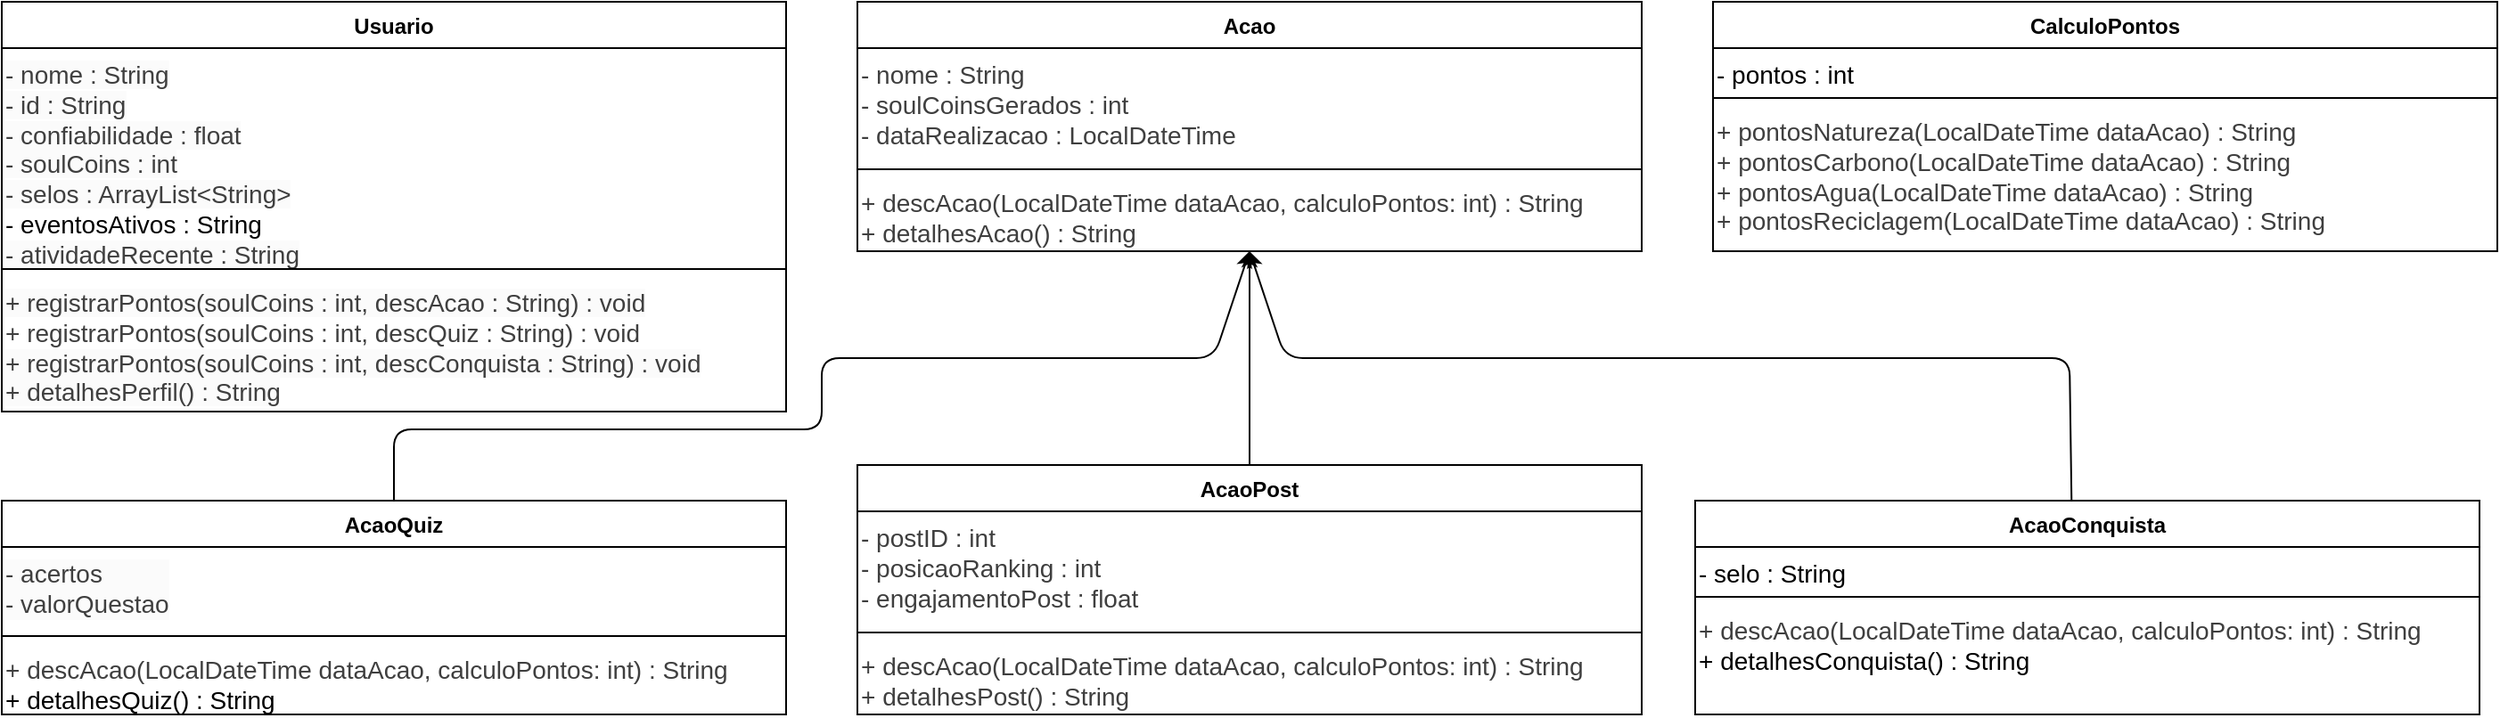
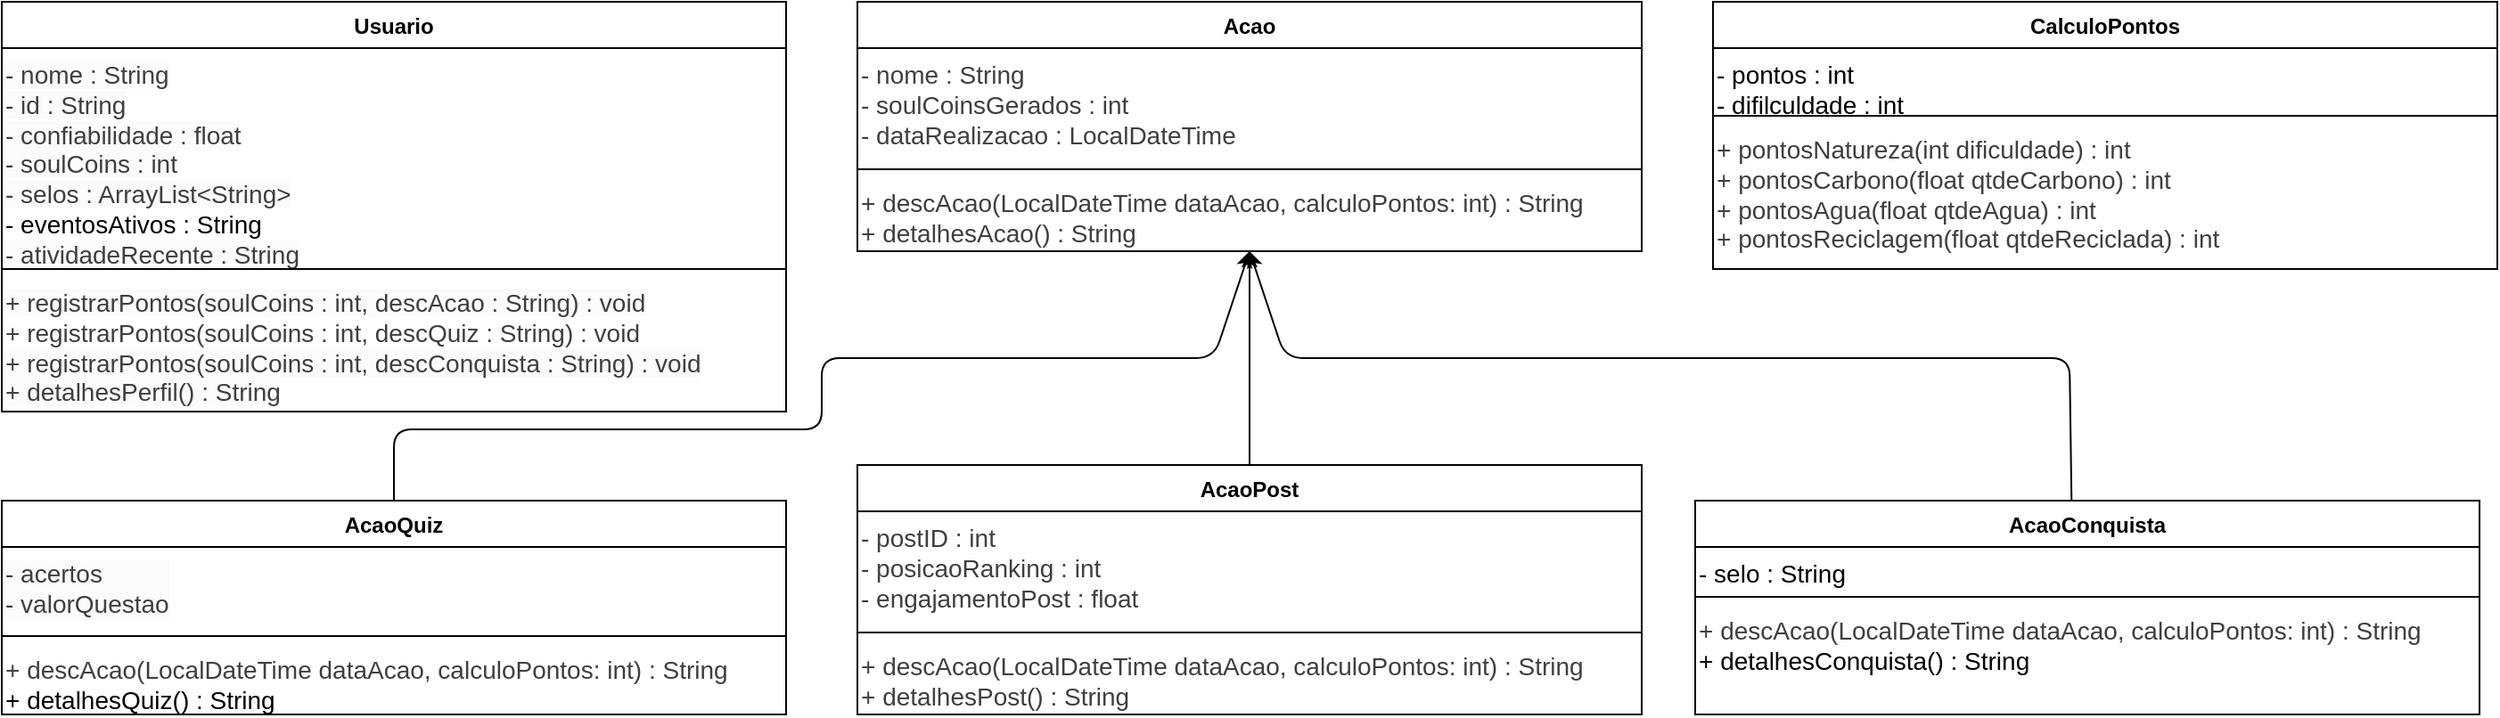
<mxfile host="65bd71144e">
    <diagram name="Diagrama SoulUp" id="soulup-uml">
-         <mxGraphModel dx="549" dy="593" grid="1" gridSize="10" guides="1" tooltips="1" connect="1" arrows="1" fold="1" page="1" pageScale="1" pageWidth="1475" pageHeight="827" math="0" shadow="0">
+         <mxGraphModel dx="686" dy="741" grid="1" gridSize="10" guides="1" tooltips="1" connect="1" arrows="1" fold="1" page="1" pageScale="1" pageWidth="1475" pageHeight="827" math="0" shadow="0">
            <root>
                <mxCell id="0"/>
                <mxCell id="1" parent="0"/>
                <mxCell id="7" value="Usuario" style="swimlane;fontStyle=1;align=center;verticalAlign=top;childLayout=stackLayout;horizontal=1;startSize=26;horizontalStack=0;resizeParent=1;resizeParentMax=0;resizeLast=0;collapsible=1;marginBottom=0;whiteSpace=wrap;html=1;" parent="1" vertex="1">
                    <mxGeometry x="40" y="40" width="440" height="230" as="geometry">
                        <mxRectangle x="710" y="370" width="80" height="30" as="alternateBounds"/>
                    </mxGeometry>
                </mxCell>
                <mxCell id="12" value="&lt;span style=&quot;color: rgb(63, 63, 63); font-family: Helvetica; font-size: 14px; font-style: normal; font-variant-ligatures: normal; font-variant-caps: normal; font-weight: 400; letter-spacing: normal; orphans: 2; text-align: -webkit-left; text-indent: 0px; text-transform: none; widows: 2; word-spacing: 0px; -webkit-text-stroke-width: 0px; white-space: normal; background-color: rgb(251, 251, 251); text-decoration-thickness: initial; text-decoration-style: initial; text-decoration-color: initial; float: none; display: inline !important;&quot;&gt;- nome : String&lt;/span&gt;&lt;br style=&quot;forced-color-adjust: none; color: rgb(63, 63, 63); scrollbar-color: rgb(226, 226, 226) rgb(251, 251, 251); font-family: Helvetica; font-size: 14px; font-style: normal; font-variant-ligatures: normal; font-variant-caps: normal; font-weight: 400; letter-spacing: normal; orphans: 2; text-align: -webkit-left; text-indent: 0px; text-transform: none; widows: 2; word-spacing: 0px; -webkit-text-stroke-width: 0px; white-space: normal; background-color: rgb(251, 251, 251); text-decoration-thickness: initial; text-decoration-style: initial; text-decoration-color: initial;&quot;&gt;&lt;span style=&quot;color: rgb(63, 63, 63); font-family: Helvetica; font-size: 14px; font-style: normal; font-variant-ligatures: normal; font-variant-caps: normal; font-weight: 400; letter-spacing: normal; orphans: 2; text-align: -webkit-left; text-indent: 0px; text-transform: none; widows: 2; word-spacing: 0px; -webkit-text-stroke-width: 0px; white-space: normal; background-color: rgb(251, 251, 251); text-decoration-thickness: initial; text-decoration-style: initial; text-decoration-color: initial; float: none; display: inline !important;&quot;&gt;- id : String&lt;/span&gt;&lt;br style=&quot;forced-color-adjust: none; color: rgb(63, 63, 63); scrollbar-color: rgb(226, 226, 226) rgb(251, 251, 251); font-family: Helvetica; font-size: 14px; font-style: normal; font-variant-ligatures: normal; font-variant-caps: normal; font-weight: 400; letter-spacing: normal; orphans: 2; text-align: -webkit-left; text-indent: 0px; text-transform: none; widows: 2; word-spacing: 0px; -webkit-text-stroke-width: 0px; white-space: normal; background-color: rgb(251, 251, 251); text-decoration-thickness: initial; text-decoration-style: initial; text-decoration-color: initial;&quot;&gt;&lt;span style=&quot;color: rgb(63, 63, 63); font-family: Helvetica; font-size: 14px; font-style: normal; font-variant-ligatures: normal; font-variant-caps: normal; font-weight: 400; letter-spacing: normal; orphans: 2; text-align: -webkit-left; text-indent: 0px; text-transform: none; widows: 2; word-spacing: 0px; -webkit-text-stroke-width: 0px; white-space: normal; background-color: rgb(251, 251, 251); text-decoration-thickness: initial; text-decoration-style: initial; text-decoration-color: initial; float: none; display: inline !important;&quot;&gt;- confiabilidade : float&lt;/span&gt;&lt;br style=&quot;forced-color-adjust: none; color: rgb(63, 63, 63); scrollbar-color: rgb(226, 226, 226) rgb(251, 251, 251); font-family: Helvetica; font-size: 14px; font-style: normal; font-variant-ligatures: normal; font-variant-caps: normal; font-weight: 400; letter-spacing: normal; orphans: 2; text-align: -webkit-left; text-indent: 0px; text-transform: none; widows: 2; word-spacing: 0px; -webkit-text-stroke-width: 0px; white-space: normal; background-color: rgb(251, 251, 251); text-decoration-thickness: initial; text-decoration-style: initial; text-decoration-color: initial;&quot;&gt;&lt;span style=&quot;color: rgb(63, 63, 63); font-family: Helvetica; font-size: 14px; font-style: normal; font-variant-ligatures: normal; font-variant-caps: normal; font-weight: 400; letter-spacing: normal; orphans: 2; text-align: -webkit-left; text-indent: 0px; text-transform: none; widows: 2; word-spacing: 0px; -webkit-text-stroke-width: 0px; white-space: normal; background-color: rgb(251, 251, 251); text-decoration-thickness: initial; text-decoration-style: initial; text-decoration-color: initial; float: none; display: inline !important;&quot;&gt;- soulCoins : int&lt;/span&gt;&lt;br style=&quot;forced-color-adjust: none; color: rgb(63, 63, 63); scrollbar-color: rgb(226, 226, 226) rgb(251, 251, 251); font-family: Helvetica; font-size: 14px; font-style: normal; font-variant-ligatures: normal; font-variant-caps: normal; font-weight: 400; letter-spacing: normal; orphans: 2; text-align: -webkit-left; text-indent: 0px; text-transform: none; widows: 2; word-spacing: 0px; -webkit-text-stroke-width: 0px; white-space: normal; background-color: rgb(251, 251, 251); text-decoration-thickness: initial; text-decoration-style: initial; text-decoration-color: initial;&quot;&gt;&lt;span style=&quot;color: rgb(63, 63, 63); font-family: Helvetica; font-size: 14px; font-style: normal; font-variant-ligatures: normal; font-variant-caps: normal; font-weight: 400; letter-spacing: normal; orphans: 2; text-align: -webkit-left; text-indent: 0px; text-transform: none; widows: 2; word-spacing: 0px; -webkit-text-stroke-width: 0px; white-space: normal; background-color: rgb(251, 251, 251); text-decoration-thickness: initial; text-decoration-style: initial; text-decoration-color: initial; float: none; display: inline !important;&quot;&gt;- selos : ArrayList&amp;lt;String&amp;gt;&lt;/span&gt;&lt;div&gt;&lt;span style=&quot;font-size: 14px;&quot;&gt;- eventosAtivos : String&lt;br&gt;&lt;/span&gt;&lt;div&gt;&lt;span style=&quot;color: rgb(63, 63, 63); font-family: Helvetica; font-size: 14px; font-style: normal; font-variant-ligatures: normal; font-variant-caps: normal; font-weight: 400; letter-spacing: normal; orphans: 2; text-align: -webkit-left; text-indent: 0px; text-transform: none; widows: 2; word-spacing: 0px; -webkit-text-stroke-width: 0px; white-space: normal; background-color: rgb(251, 251, 251); text-decoration-thickness: initial; text-decoration-style: initial; text-decoration-color: initial; float: none; display: inline !important;&quot;&gt;- atividadeRecente : String&lt;/span&gt;&lt;br class=&quot;Apple-interchange-newline&quot;&gt;&lt;/div&gt;&lt;/div&gt;" style="text;whiteSpace=wrap;html=1;" parent="7" vertex="1">
                    <mxGeometry y="26" width="440" height="120" as="geometry"/>
                </mxCell>
                <mxCell id="9" value="" style="line;strokeWidth=1;fillColor=none;align=left;verticalAlign=middle;spacingTop=-1;spacingLeft=3;spacingRight=3;rotatable=0;labelPosition=right;points=[];portConstraint=eastwest;strokeColor=inherit;" parent="7" vertex="1">
                    <mxGeometry y="146" width="440" height="8" as="geometry"/>
                </mxCell>
                <mxCell id="13" value="&lt;span style=&quot;color: rgb(63, 63, 63); font-family: Helvetica; font-size: 14px; font-style: normal; font-variant-ligatures: normal; font-variant-caps: normal; font-weight: 400; letter-spacing: normal; orphans: 2; text-align: -webkit-left; text-indent: 0px; text-transform: none; widows: 2; word-spacing: 0px; -webkit-text-stroke-width: 0px; white-space: normal; background-color: rgb(251, 251, 251); text-decoration-thickness: initial; text-decoration-style: initial; text-decoration-color: initial; float: none; display: inline !important;&quot;&gt;+ registrarPontos(soulCoins : int, descAcao : String) : void&lt;/span&gt;&lt;div&gt;&lt;span style=&quot;color: rgb(63, 63, 63); font-size: 14px;&quot;&gt;+ registrarPontos(soulCoins : int, descQuiz : String) : void&lt;/span&gt;&lt;span style=&quot;font-size: 14px;&quot;&gt;&lt;br&gt;&lt;/span&gt;&lt;div&gt;&lt;span style=&quot;color: rgb(63, 63, 63); font-family: Helvetica; font-size: 14px; font-style: normal; font-variant-ligatures: normal; font-variant-caps: normal; font-weight: 400; letter-spacing: normal; orphans: 2; text-align: -webkit-left; text-indent: 0px; text-transform: none; widows: 2; word-spacing: 0px; -webkit-text-stroke-width: 0px; white-space: normal; background-color: rgb(251, 251, 251); text-decoration-thickness: initial; text-decoration-style: initial; text-decoration-color: initial; float: none; display: inline !important;&quot;&gt;+ registrarPontos(soulCoins : int, descConquista : String) : void&lt;/span&gt;&lt;br style=&quot;forced-color-adjust: none; color: rgb(63, 63, 63); scrollbar-color: rgb(226, 226, 226) rgb(251, 251, 251); font-family: Helvetica; font-size: 14px; font-style: normal; font-variant-ligatures: normal; font-variant-caps: normal; font-weight: 400; letter-spacing: normal; orphans: 2; text-align: -webkit-left; text-indent: 0px; text-transform: none; widows: 2; word-spacing: 0px; -webkit-text-stroke-width: 0px; white-space: normal; background-color: rgb(251, 251, 251); text-decoration-thickness: initial; text-decoration-style: initial; text-decoration-color: initial;&quot;&gt;&lt;span style=&quot;color: rgb(63, 63, 63); font-family: Helvetica; font-size: 14px; font-style: normal; font-variant-ligatures: normal; font-variant-caps: normal; font-weight: 400; letter-spacing: normal; orphans: 2; text-align: -webkit-left; text-indent: 0px; text-transform: none; widows: 2; word-spacing: 0px; -webkit-text-stroke-width: 0px; white-space: normal; background-color: rgb(251, 251, 251); text-decoration-thickness: initial; text-decoration-style: initial; text-decoration-color: initial; float: none; display: inline !important;&quot;&gt;+ detalhesPerfil() : String&lt;/span&gt;&lt;/div&gt;&lt;/div&gt;" style="text;whiteSpace=wrap;html=1;" parent="7" vertex="1">
                    <mxGeometry y="154" width="440" height="76" as="geometry"/>
                </mxCell>
                <mxCell id="14" value="Acao" style="swimlane;fontStyle=1;align=center;verticalAlign=top;childLayout=stackLayout;horizontal=1;startSize=26;horizontalStack=0;resizeParent=1;resizeParentMax=0;resizeLast=0;collapsible=1;marginBottom=0;whiteSpace=wrap;html=1;" parent="1" vertex="1">
                    <mxGeometry x="520" y="40" width="440" height="140" as="geometry">
                        <mxRectangle x="520" y="40" width="80" height="30" as="alternateBounds"/>
                    </mxGeometry>
                </mxCell>
                <mxCell id="15" value="&lt;span style=&quot;color: rgb(63, 63, 63); font-size: 14px;&quot;&gt;- nome : String&lt;/span&gt;&lt;br style=&quot;color: rgb(63, 63, 63); scrollbar-color: rgb(226, 226, 226) rgb(251, 251, 251); font-size: 14px;&quot;&gt;&lt;span style=&quot;color: rgb(63, 63, 63); font-size: 14px;&quot;&gt;- soulCoinsGerados : int&lt;/span&gt;&lt;br style=&quot;color: rgb(63, 63, 63); scrollbar-color: rgb(226, 226, 226) rgb(251, 251, 251); font-size: 14px;&quot;&gt;&lt;span style=&quot;color: rgb(63, 63, 63); font-size: 14px;&quot;&gt;- dataRealizacao : LocalDateTime&lt;/span&gt;" style="text;whiteSpace=wrap;html=1;" parent="14" vertex="1">
                    <mxGeometry y="26" width="440" height="64" as="geometry"/>
                </mxCell>
                <mxCell id="16" value="" style="line;strokeWidth=1;fillColor=none;align=left;verticalAlign=middle;spacingTop=-1;spacingLeft=3;spacingRight=3;rotatable=0;labelPosition=right;points=[];portConstraint=eastwest;strokeColor=inherit;" parent="14" vertex="1">
                    <mxGeometry y="90" width="440" height="8" as="geometry"/>
                </mxCell>
                <mxCell id="17" value="&lt;div&gt;&lt;span style=&quot;color: rgb(63, 63, 63); font-size: 14px;&quot;&gt;+ descAcao(&lt;/span&gt;&lt;span style=&quot;scrollbar-color: rgb(226, 226, 226) rgb(251, 251, 251); font-size: 14px; color: rgb(63, 63, 63);&quot;&gt;LocalDateTime dataAcao, calculoPontos: int&lt;/span&gt;&lt;span style=&quot;color: rgb(63, 63, 63); font-size: 14px;&quot;&gt;) : String&lt;/span&gt;&lt;br style=&quot;color: rgb(63, 63, 63); scrollbar-color: rgb(226, 226, 226) rgb(251, 251, 251); font-size: 14px;&quot;&gt;&lt;span style=&quot;color: rgb(63, 63, 63); font-size: 14px;&quot;&gt;+ detalhesAcao() : String&lt;/span&gt;&lt;/div&gt;" style="text;whiteSpace=wrap;html=1;" parent="14" vertex="1">
                    <mxGeometry y="98" width="440" height="42" as="geometry"/>
                </mxCell>
                <mxCell id="22" value="" style="edgeStyle=none;html=1;" parent="1" source="18" target="17" edge="1">
                    <mxGeometry relative="1" as="geometry"/>
                </mxCell>
                <mxCell id="18" value="AcaoPost" style="swimlane;fontStyle=1;align=center;verticalAlign=top;childLayout=stackLayout;horizontal=1;startSize=26;horizontalStack=0;resizeParent=1;resizeParentMax=0;resizeLast=0;collapsible=1;marginBottom=0;whiteSpace=wrap;html=1;" parent="1" vertex="1">
                    <mxGeometry x="520" y="300" width="440" height="140" as="geometry">
                        <mxRectangle x="710" y="370" width="80" height="30" as="alternateBounds"/>
                    </mxGeometry>
                </mxCell>
                <mxCell id="19" value="&lt;span style=&quot;color: rgb(63, 63, 63); font-size: 14px;&quot;&gt;- postID : int&lt;/span&gt;&lt;br style=&quot;color: rgb(63, 63, 63); scrollbar-color: rgb(226, 226, 226) rgb(251, 251, 251); font-size: 14px;&quot;&gt;&lt;span style=&quot;color: rgb(63, 63, 63); font-size: 14px;&quot;&gt;- posicaoRanking : int&lt;/span&gt;&lt;br style=&quot;color: rgb(63, 63, 63); scrollbar-color: rgb(226, 226, 226) rgb(251, 251, 251); font-size: 14px;&quot;&gt;&lt;span style=&quot;color: rgb(63, 63, 63); font-size: 14px;&quot;&gt;- engajamentoPost : float&lt;/span&gt;&lt;div&gt;&lt;span style=&quot;color: rgb(63, 63, 63); font-size: 14px;&quot;&gt;&lt;br&gt;&lt;/span&gt;&lt;/div&gt;" style="text;whiteSpace=wrap;html=1;" parent="18" vertex="1">
                    <mxGeometry y="26" width="440" height="64" as="geometry"/>
                </mxCell>
                <mxCell id="20" value="" style="line;strokeWidth=1;fillColor=none;align=left;verticalAlign=middle;spacingTop=-1;spacingLeft=3;spacingRight=3;rotatable=0;labelPosition=right;points=[];portConstraint=eastwest;strokeColor=inherit;" parent="18" vertex="1">
                    <mxGeometry y="90" width="440" height="8" as="geometry"/>
                </mxCell>
                <mxCell id="21" value="&lt;div&gt;&lt;span style=&quot;color: rgb(63, 63, 63); font-size: 14px;&quot;&gt;+ descAcao(&lt;/span&gt;&lt;span style=&quot;scrollbar-color: rgb(226, 226, 226) rgb(251, 251, 251); font-size: 14px; color: rgb(63, 63, 63);&quot;&gt;LocalDateTime dataAcao, calculoPontos: int&lt;/span&gt;&lt;span style=&quot;color: rgb(63, 63, 63); font-size: 14px;&quot;&gt;) : String&lt;/span&gt;&lt;/div&gt;&lt;span style=&quot;color: rgb(63, 63, 63); font-size: 14px;&quot;&gt;+ detalhesPost() : String&lt;/span&gt;" style="text;whiteSpace=wrap;html=1;" parent="18" vertex="1">
                    <mxGeometry y="98" width="440" height="42" as="geometry"/>
                </mxCell>
                <mxCell id="42" value="" style="edgeStyle=none;html=1;exitX=0.48;exitY=0.036;exitDx=0;exitDy=0;exitPerimeter=0;entryX=0.5;entryY=1;entryDx=0;entryDy=0;" parent="1" source="32" target="17" edge="1">
                    <mxGeometry relative="1" as="geometry">
                        <mxPoint x="760" y="240" as="targetPoint"/>
                        <Array as="points">
                            <mxPoint x="1200" y="240"/>
                            <mxPoint x="960" y="240"/>
                            <mxPoint x="800" y="240"/>
                            <mxPoint x="760" y="240"/>
                        </Array>
                    </mxGeometry>
                </mxCell>
                <mxCell id="32" value="AcaoConquista" style="swimlane;fontStyle=1;align=center;verticalAlign=top;childLayout=stackLayout;horizontal=1;startSize=26;horizontalStack=0;resizeParent=1;resizeParentMax=0;resizeLast=0;collapsible=1;marginBottom=0;whiteSpace=wrap;html=1;" parent="1" vertex="1">
                    <mxGeometry x="990" y="320" width="440" height="120" as="geometry">
                        <mxRectangle x="710" y="370" width="80" height="30" as="alternateBounds"/>
                    </mxGeometry>
                </mxCell>
                <mxCell id="33" value="&lt;div&gt;&lt;span style=&quot;font-size: 14px;&quot;&gt;- selo : String&lt;/span&gt;&lt;/div&gt;" style="text;whiteSpace=wrap;html=1;" parent="32" vertex="1">
                    <mxGeometry y="26" width="440" height="24" as="geometry"/>
                </mxCell>
                <mxCell id="34" value="" style="line;strokeWidth=1;fillColor=none;align=left;verticalAlign=middle;spacingTop=-1;spacingLeft=3;spacingRight=3;rotatable=0;labelPosition=right;points=[];portConstraint=eastwest;strokeColor=inherit;" parent="32" vertex="1">
                    <mxGeometry y="50" width="440" height="8" as="geometry"/>
                </mxCell>
                <mxCell id="35" value="&lt;div&gt;&lt;span style=&quot;color: rgb(63, 63, 63); font-size: 14px;&quot;&gt;+ descAcao(&lt;/span&gt;&lt;span style=&quot;scrollbar-color: rgb(226, 226, 226) rgb(251, 251, 251); font-size: 14px; color: rgb(63, 63, 63);&quot;&gt;LocalDateTime dataAcao, calculoPontos: int&lt;/span&gt;&lt;span style=&quot;color: rgb(63, 63, 63); font-size: 14px;&quot;&gt;) : String&lt;/span&gt;&lt;/div&gt;&lt;span style=&quot;font-size: 14px;&quot;&gt;+ detalhesConquista() : String&lt;/span&gt;" style="text;whiteSpace=wrap;html=1;" parent="32" vertex="1">
                    <mxGeometry y="58" width="440" height="62" as="geometry"/>
                </mxCell>
                <mxCell id="47" style="edgeStyle=none;html=1;exitX=0.5;exitY=0;exitDx=0;exitDy=0;entryX=0.5;entryY=1;entryDx=0;entryDy=0;" parent="1" source="43" target="17" edge="1">
                    <mxGeometry relative="1" as="geometry">
                        <Array as="points">
                            <mxPoint x="260" y="280"/>
                            <mxPoint x="500" y="280"/>
                            <mxPoint x="500" y="240"/>
                            <mxPoint x="620" y="240"/>
                            <mxPoint x="720" y="240"/>
                        </Array>
                    </mxGeometry>
                </mxCell>
                <mxCell id="43" value="AcaoQuiz" style="swimlane;fontStyle=1;align=center;verticalAlign=top;childLayout=stackLayout;horizontal=1;startSize=26;horizontalStack=0;resizeParent=1;resizeParentMax=0;resizeLast=0;collapsible=1;marginBottom=0;whiteSpace=wrap;html=1;" parent="1" vertex="1">
                    <mxGeometry x="40" y="320" width="440" height="120" as="geometry">
                        <mxRectangle x="710" y="370" width="80" height="30" as="alternateBounds"/>
                    </mxGeometry>
                </mxCell>
                <mxCell id="48" value="&lt;div style=&quot;forced-color-adjust: none; color: rgb(63, 63, 63); scrollbar-color: rgb(226, 226, 226) rgb(251, 251, 251); font-family: Helvetica; font-style: normal; font-variant-ligatures: normal; font-variant-caps: normal; font-weight: 400; letter-spacing: normal; orphans: 2; text-align: left; text-indent: 0px; text-transform: none; widows: 2; word-spacing: 0px; -webkit-text-stroke-width: 0px; white-space: normal; background-color: rgb(251, 251, 251); text-decoration-thickness: initial; text-decoration-style: initial; text-decoration-color: initial;&quot;&gt;&lt;span style=&quot;font-size: 14px;&quot;&gt;- acertos&lt;/span&gt;&lt;/div&gt;&lt;div style=&quot;forced-color-adjust: none; color: rgb(63, 63, 63); scrollbar-color: rgb(226, 226, 226) rgb(251, 251, 251); font-family: Helvetica; font-style: normal; font-variant-ligatures: normal; font-variant-caps: normal; font-weight: 400; letter-spacing: normal; orphans: 2; text-align: left; text-indent: 0px; text-transform: none; widows: 2; word-spacing: 0px; -webkit-text-stroke-width: 0px; white-space: normal; background-color: rgb(251, 251, 251); text-decoration-thickness: initial; text-decoration-style: initial; text-decoration-color: initial;&quot;&gt;&lt;span style=&quot;font-size: 14px;&quot;&gt;- valorQuestao&lt;/span&gt;&lt;/div&gt;" style="text;whiteSpace=wrap;html=1;" parent="43" vertex="1">
                    <mxGeometry y="26" width="440" height="46" as="geometry"/>
                </mxCell>
                <mxCell id="45" value="" style="line;strokeWidth=1;fillColor=none;align=left;verticalAlign=middle;spacingTop=-1;spacingLeft=3;spacingRight=3;rotatable=0;labelPosition=right;points=[];portConstraint=eastwest;strokeColor=inherit;" parent="43" vertex="1">
                    <mxGeometry y="72" width="440" height="8" as="geometry"/>
                </mxCell>
                <mxCell id="46" value="&lt;div&gt;&lt;span style=&quot;scrollbar-color: rgb(226, 226, 226) rgb(251, 251, 251); font-size: 14px; color: rgb(63, 63, 63);&quot;&gt;+ descAcao(&lt;span style=&quot;scrollbar-color: rgb(226, 226, 226) rgb(251, 251, 251); color: rgb(63, 63, 63);&quot;&gt;LocalDateTime dataAcao, calculoPontos: int&lt;/span&gt;) : String&lt;/span&gt;&lt;br&gt;&lt;/div&gt;&lt;span style=&quot;font-size: 14px;&quot;&gt;+ detalhesQuiz() : String&lt;/span&gt;" style="text;whiteSpace=wrap;html=1;" parent="43" vertex="1">
                    <mxGeometry y="80" width="440" height="40" as="geometry"/>
                </mxCell>
-                 <mxCell id="49" value="CalculoPontos" style="swimlane;fontStyle=1;align=center;verticalAlign=top;childLayout=stackLayout;horizontal=1;startSize=26;horizontalStack=0;resizeParent=1;resizeParentMax=0;resizeLast=0;collapsible=1;marginBottom=0;whiteSpace=wrap;html=1;" parent="1" vertex="1">
-                     <mxGeometry x="1000" y="40" width="440" height="140" as="geometry">
-                         <mxRectangle x="710" y="370" width="80" height="30" as="alternateBounds"/>
+                 <mxCell id="53" value="CalculoPontos" style="swimlane;fontStyle=1;align=center;verticalAlign=top;childLayout=stackLayout;horizontal=1;startSize=26;horizontalStack=0;resizeParent=1;resizeParentMax=0;resizeLast=0;collapsible=1;marginBottom=0;whiteSpace=wrap;html=1;" vertex="1" parent="1">
+                     <mxGeometry x="1000" y="40" width="440" height="150" as="geometry">
+                         <mxRectangle x="1000" y="40" width="140" height="30" as="alternateBounds"/>
                    </mxGeometry>
                </mxCell>
-                 <mxCell id="50" value="&lt;div&gt;&lt;span style=&quot;font-size: 14px;&quot;&gt;- pontos : int&lt;/span&gt;&lt;/div&gt;" style="text;whiteSpace=wrap;html=1;" parent="49" vertex="1">
-                     <mxGeometry y="26" width="440" height="24" as="geometry"/>
+                 <mxCell id="54" value="&lt;div&gt;&lt;span style=&quot;font-size: 14px;&quot;&gt;- pontos : int&lt;/span&gt;&lt;/div&gt;&lt;div&gt;&lt;span style=&quot;font-size: 14px;&quot;&gt;- difilculdade : int&lt;/span&gt;&lt;/div&gt;" style="text;whiteSpace=wrap;html=1;" vertex="1" parent="53">
+                     <mxGeometry y="26" width="440" height="34" as="geometry"/>
                </mxCell>
-                 <mxCell id="51" value="" style="line;strokeWidth=1;fillColor=none;align=left;verticalAlign=middle;spacingTop=-1;spacingLeft=3;spacingRight=3;rotatable=0;labelPosition=right;points=[];portConstraint=eastwest;strokeColor=inherit;" parent="49" vertex="1">
-                     <mxGeometry y="50" width="440" height="8" as="geometry"/>
+                 <mxCell id="55" value="" style="line;strokeWidth=1;fillColor=none;align=left;verticalAlign=middle;spacingTop=-1;spacingLeft=3;spacingRight=3;rotatable=0;labelPosition=right;points=[];portConstraint=eastwest;strokeColor=inherit;" vertex="1" parent="53">
+                     <mxGeometry y="60" width="440" height="8" as="geometry"/>
                </mxCell>
-                 <mxCell id="52" value="&lt;div style=&quot;color: rgb(63, 63, 63); scrollbar-color: rgb(226, 226, 226) rgb(251, 251, 251);&quot;&gt;&lt;span style=&quot;scrollbar-color: rgb(226, 226, 226) rgb(251, 251, 251); font-size: 14px; color: rgb(63, 63, 63);&quot;&gt;+ pontosNatureza(&lt;span style=&quot;scrollbar-color: rgb(226, 226, 226) rgb(251, 251, 251); color: rgb(63, 63, 63);&quot;&gt;LocalDateTime dataAcao&lt;/span&gt;) : String&lt;/span&gt;&lt;br style=&quot;scrollbar-color: rgb(226, 226, 226) rgb(251, 251, 251); font-size: 14px; color: rgb(63, 63, 63);&quot;&gt;&lt;span style=&quot;scrollbar-color: rgb(226, 226, 226) rgb(251, 251, 251); font-size: 14px; color: rgb(63, 63, 63);&quot;&gt;+ pontosCarbono(&lt;span style=&quot;scrollbar-color: rgb(226, 226, 226) rgb(251, 251, 251); color: rgb(63, 63, 63);&quot;&gt;LocalDateTime dataAcao&lt;/span&gt;) : String&lt;/span&gt;&lt;br style=&quot;scrollbar-color: rgb(226, 226, 226) rgb(251, 251, 251); font-size: 14px; color: rgb(63, 63, 63);&quot;&gt;&lt;span style=&quot;scrollbar-color: rgb(226, 226, 226) rgb(251, 251, 251); font-size: 14px; color: rgb(63, 63, 63);&quot;&gt;+ pontosAgua(&lt;span style=&quot;scrollbar-color: rgb(226, 226, 226) rgb(251, 251, 251); color: rgb(63, 63, 63);&quot;&gt;LocalDateTime dataAcao&lt;/span&gt;) : String&lt;/span&gt;&lt;div style=&quot;scrollbar-color: rgb(226, 226, 226) rgb(251, 251, 251); color: rgb(63, 63, 63);&quot;&gt;&lt;font style=&quot;scrollbar-color: rgb(226, 226, 226) rgb(251, 251, 251); font-size: 14px; color: rgb(63, 63, 63);&quot;&gt;+ pontosReciclagem(LocalDateTime dataAcao) : String&lt;/font&gt;&lt;/div&gt;&lt;/div&gt;" style="text;whiteSpace=wrap;html=1;" parent="49" vertex="1">
-                     <mxGeometry y="58" width="440" height="82" as="geometry"/>
+                 <mxCell id="56" value="&lt;div style=&quot;color: rgb(63, 63, 63); scrollbar-color: rgb(226, 226, 226) rgb(251, 251, 251);&quot;&gt;&lt;span style=&quot;scrollbar-color: rgb(226, 226, 226) rgb(251, 251, 251); font-size: 14px; color: rgb(63, 63, 63);&quot;&gt;+ pontosNatureza(&lt;span style=&quot;scrollbar-color: rgb(226, 226, 226) rgb(251, 251, 251); color: rgb(63, 63, 63);&quot;&gt;int dificuldade&lt;/span&gt;) :&amp;nbsp;&lt;/span&gt;&lt;span style=&quot;color: rgb(63, 63, 63); font-size: 14px;&quot;&gt;int&lt;/span&gt;&lt;br style=&quot;scrollbar-color: rgb(226, 226, 226) rgb(251, 251, 251); font-size: 14px; color: rgb(63, 63, 63);&quot;&gt;&lt;span style=&quot;scrollbar-color: rgb(226, 226, 226) rgb(251, 251, 251); font-size: 14px; color: rgb(63, 63, 63);&quot;&gt;+ pontosCarbono(&lt;span style=&quot;color: rgb(63, 63, 63);&quot;&gt;float qtdeCarbono&lt;/span&gt;) :&amp;nbsp;&lt;/span&gt;&lt;span style=&quot;color: rgb(63, 63, 63); font-size: 14px;&quot;&gt;int&lt;/span&gt;&lt;br style=&quot;scrollbar-color: rgb(226, 226, 226) rgb(251, 251, 251); font-size: 14px; color: rgb(63, 63, 63);&quot;&gt;&lt;span style=&quot;scrollbar-color: rgb(226, 226, 226) rgb(251, 251, 251); font-size: 14px; color: rgb(63, 63, 63);&quot;&gt;+ pontosAgua(&lt;span style=&quot;color: rgb(63, 63, 63);&quot;&gt;float qtdeAgua&lt;/span&gt;) :&amp;nbsp;&lt;/span&gt;&lt;span style=&quot;color: rgb(63, 63, 63); font-size: 14px;&quot;&gt;int&lt;/span&gt;&lt;div style=&quot;scrollbar-color: rgb(226, 226, 226) rgb(251, 251, 251); color: rgb(63, 63, 63);&quot;&gt;&lt;font style=&quot;scrollbar-color: rgb(226, 226, 226) rgb(251, 251, 251); font-size: 14px; color: rgb(63, 63, 63);&quot;&gt;+ pontosReciclagem(float&amp;nbsp;&lt;span style=&quot;color: rgb(63, 63, 63);&quot;&gt;qtdeReciclada&lt;/span&gt;) : int&lt;/font&gt;&lt;/div&gt;&lt;/div&gt;" style="text;whiteSpace=wrap;html=1;" vertex="1" parent="53">
+                     <mxGeometry y="68" width="440" height="82" as="geometry"/>
                </mxCell>
            </root>
        </mxGraphModel>
    </diagram>
</mxfile>